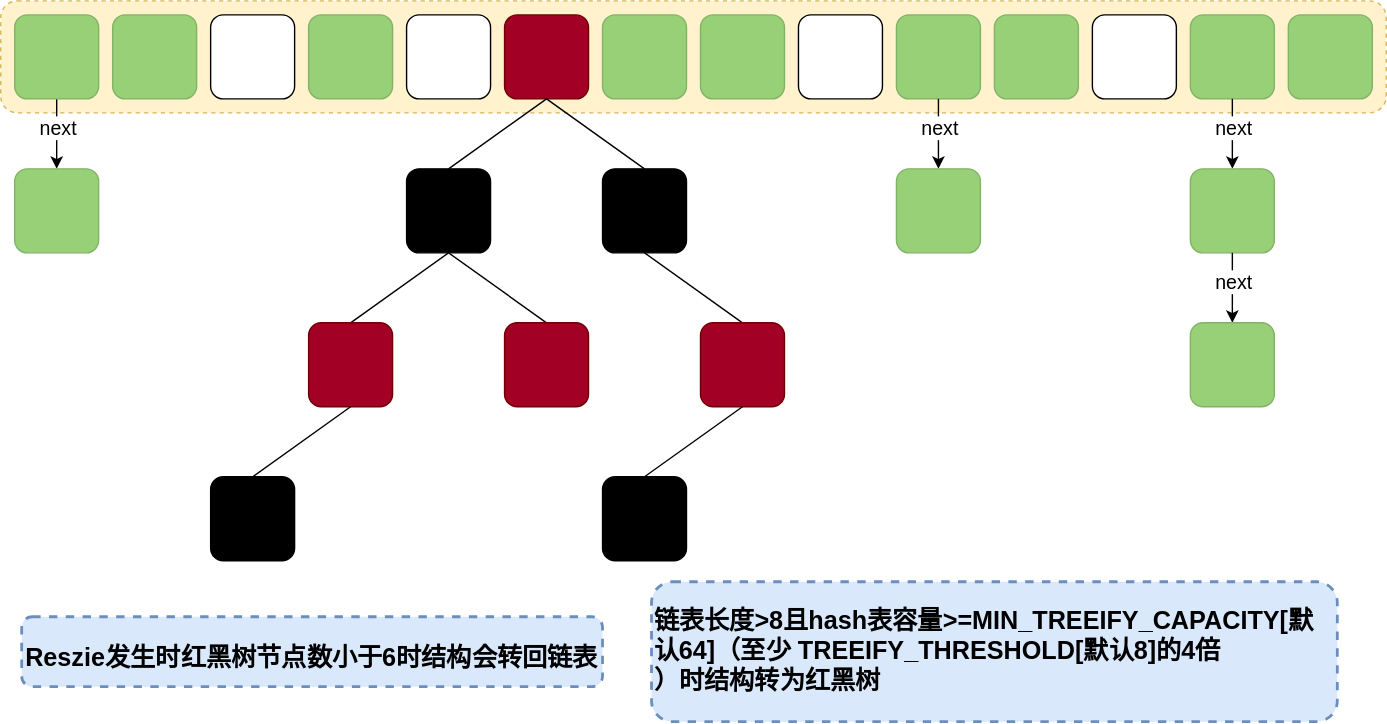
Earlier version of the draw.io export Java/Java基础/Java基础知识/Java8HashMap结构.drawio.svg (Developer-Tang/Knowledge-Notes). Source tidied: cells renumbered, new cells last; positions are measured from the earlier drawing's top-left corner, leaving out a move shared by most shapes.
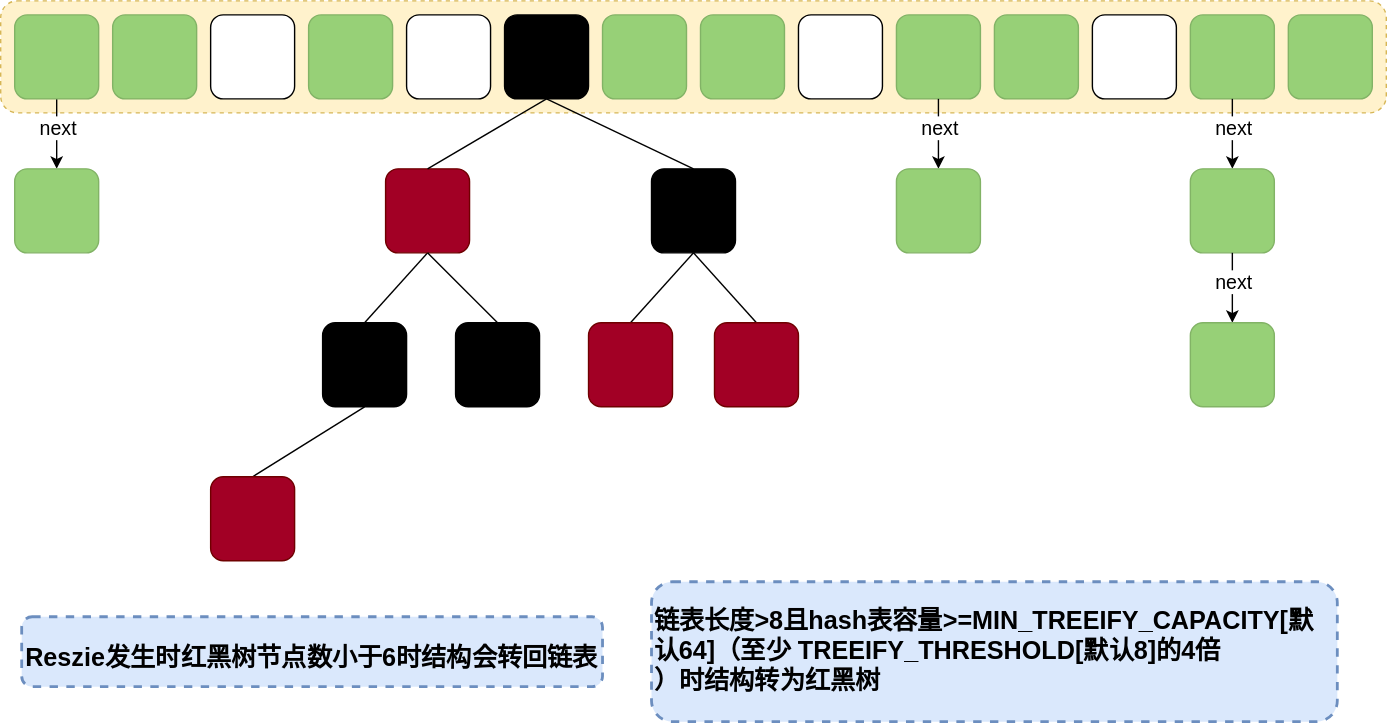
The same diagram one commit later.

Diff of the diagram source:
```diff
@@ -28,7 +28,7 @@
     <mxCell id="9" style="rounded=1;whiteSpace=wrap;html=1;" parent="1" vertex="1">
       <mxGeometry x="290" y="10" width="60" height="60" as="geometry" />
     </mxCell>
-    <mxCell id="10" style="rounded=1;whiteSpace=wrap;html=1;strokeColor=#6F0000;fillColor=#a20025;fontColor=#ffffff;" parent="1" vertex="1">
+    <mxCell id="10" style="rounded=1;whiteSpace=wrap;html=1;strokeColor=#000000;fillColor=#000000;fontColor=#000000;" parent="1" vertex="1">
       <mxGeometry x="360" y="10" width="60" height="60" as="geometry" />
     </mxCell>
     <mxCell id="11" style="rounded=1;whiteSpace=wrap;html=1;strokeColor=#82b366;fillColor=#97D077;" parent="1" vertex="1">
@@ -61,8 +61,8 @@
     <mxCell id="20" style="edgeStyle=none;rounded=0;jettySize=auto;html=1;exitX=0.5;exitY=1;exitDx=0;exitDy=0;entryX=0.5;entryY=0;entryDx=0;entryDy=0;endArrow=none;endFill=0;" parent="1" edge="1" source="21" target="34">
       <mxGeometry relative="1" as="geometry" />
     </mxCell>
-    <mxCell id="21" style="rounded=1;whiteSpace=wrap;html=1;fillColor=#000000;strokeColor=#000000;" parent="1" vertex="1">
-      <mxGeometry x="290" y="120" width="60" height="60" as="geometry" />
+    <mxCell id="21" style="rounded=1;whiteSpace=wrap;html=1;fillColor=#a20025;strokeColor=#6F0000;fontColor=#ffffff;" parent="1" vertex="1">
+      <mxGeometry x="275" y="120" width="60" height="60" as="geometry" />
     </mxCell>
     <mxCell id="22" style="edgeStyle=orthogonalEdgeStyle;rounded=0;jettySize=auto;html=1;" parent="1" edge="1" target="24">
       <mxGeometry relative="1" as="geometry">
@@ -104,7 +104,7 @@
       <mxGeometry x="850" y="230" width="60" height="60" as="geometry" />
     </mxCell>
     <mxCell id="31" style="rounded=1;whiteSpace=wrap;html=1;fillColor=#000000;strokeColor=#000000;" parent="1" vertex="1">
-      <mxGeometry x="430" y="120" width="60" height="60" as="geometry" />
+      <mxGeometry x="465" y="120" width="60" height="60" as="geometry" />
     </mxCell>
     <mxCell id="32" style="rounded=0;jettySize=auto;html=1;exitX=0.5;exitY=1;exitDx=0;exitDy=0;entryX=0.5;entryY=0;entryDx=0;entryDy=0;endArrow=none;endFill=0;" parent="1" edge="1" source="10" target="21">
       <mxGeometry relative="1" as="geometry" />
@@ -114,31 +114,31 @@
         <mxPoint x="390" y="70" as="sourcePoint" />
       </mxGeometry>
     </mxCell>
-    <mxCell id="34" style="rounded=1;whiteSpace=wrap;html=1;strokeColor=#6F0000;fillColor=#a20025;fontColor=#ffffff;" parent="1" vertex="1">
-      <mxGeometry x="220" y="230" width="60" height="60" as="geometry" />
+    <mxCell id="34" style="rounded=1;whiteSpace=wrap;html=1;strokeColor=#000000;fillColor=#000000;fontColor=#000000;" parent="1" vertex="1">
+      <mxGeometry x="230" y="230" width="60" height="60" as="geometry" />
     </mxCell>
     <mxCell id="35" style="edgeStyle=none;rounded=0;jettySize=auto;html=1;exitX=0.5;exitY=0;exitDx=0;exitDy=0;entryX=0.5;entryY=1;entryDx=0;entryDy=0;endArrow=none;endFill=0;" parent="1" edge="1" source="36" target="21">
       <mxGeometry relative="1" as="geometry" />
     </mxCell>
-    <mxCell id="36" style="rounded=1;whiteSpace=wrap;html=1;strokeColor=#6F0000;fillColor=#a20025;fontColor=#ffffff;" parent="1" vertex="1">
-      <mxGeometry x="360" y="230" width="60" height="60" as="geometry" />
+    <mxCell id="36" style="rounded=1;whiteSpace=wrap;html=1;strokeColor=#000000;fillColor=#000000;fontColor=#000000;" parent="1" vertex="1">
+      <mxGeometry x="325" y="230" width="60" height="60" as="geometry" />
     </mxCell>
     <mxCell id="37" style="edgeStyle=none;rounded=0;jettySize=auto;html=1;exitX=0.5;exitY=0;exitDx=0;exitDy=0;entryX=0.5;entryY=1;entryDx=0;entryDy=0;endArrow=none;endFill=0;" parent="1" edge="1" source="38" target="31">
       <mxGeometry relative="1" as="geometry" />
     </mxCell>
     <mxCell id="38" style="rounded=1;whiteSpace=wrap;html=1;strokeColor=#6F0000;fillColor=#a20025;fontColor=#ffffff;" parent="1" vertex="1">
-      <mxGeometry x="500" y="230" width="60" height="60" as="geometry" />
+      <mxGeometry x="510" y="230" width="60" height="60" as="geometry" />
     </mxCell>
-    <mxCell id="39" style="edgeStyle=none;rounded=0;jettySize=auto;html=1;exitX=0.5;exitY=0;exitDx=0;exitDy=0;entryX=0.5;entryY=1;entryDx=0;entryDy=0;endArrow=none;endFill=0;" parent="1" edge="1" source="40" target="38">
+    <mxCell id="39" style="edgeStyle=none;rounded=0;jettySize=auto;html=1;exitX=0.5;exitY=0;exitDx=0;exitDy=0;entryX=0.5;entryY=1;entryDx=0;entryDy=0;endArrow=none;endFill=0;" parent="1" edge="1" source="40" target="31">
       <mxGeometry relative="1" as="geometry" />
     </mxCell>
-    <mxCell id="40" style="rounded=1;whiteSpace=wrap;html=1;fillColor=#000000;strokeColor=#000000;" parent="1" vertex="1">
-      <mxGeometry x="430" y="340" width="60" height="60" as="geometry" />
+    <mxCell id="40" style="rounded=1;whiteSpace=wrap;html=1;fillColor=#a20025;strokeColor=#6F0000;fontColor=#ffffff;" parent="1" vertex="1">
+      <mxGeometry x="420" y="230" width="60" height="60" as="geometry" />
     </mxCell>
     <mxCell id="41" style="edgeStyle=none;rounded=0;jettySize=auto;html=1;exitX=0.5;exitY=0;exitDx=0;exitDy=0;entryX=0.5;entryY=1;entryDx=0;entryDy=0;endArrow=none;endFill=0;" parent="1" edge="1" source="42" target="34">
       <mxGeometry relative="1" as="geometry" />
     </mxCell>
-    <mxCell id="42" style="rounded=1;whiteSpace=wrap;html=1;fillColor=#000000;strokeColor=#000000;" parent="1" vertex="1">
+    <mxCell id="42" style="rounded=1;whiteSpace=wrap;html=1;fillColor=#a20025;strokeColor=#6F0000;fontColor=#ffffff;" parent="1" vertex="1">
       <mxGeometry x="150" y="340" width="60" height="60" as="geometry" />
     </mxCell>
     <mxCell id="43" value="链表长度&amp;gt;8且hash表容量&amp;gt;=MIN_TREEIFY_CAPACITY[默认64]（至少 TREEIFY_THRESHOLD[默认8]的4倍&lt;br&gt;）时结构转为红黑树" style="rounded=1;whiteSpace=wrap;html=1;fillColor=#dae8fc;strokeColor=#6c8ebf;dashed=1;strokeWidth=2;fontSize=18;fontStyle=1;labelPosition=center;verticalLabelPosition=middle;align=left;verticalAlign=middle;" parent="1" vertex="1">
```
